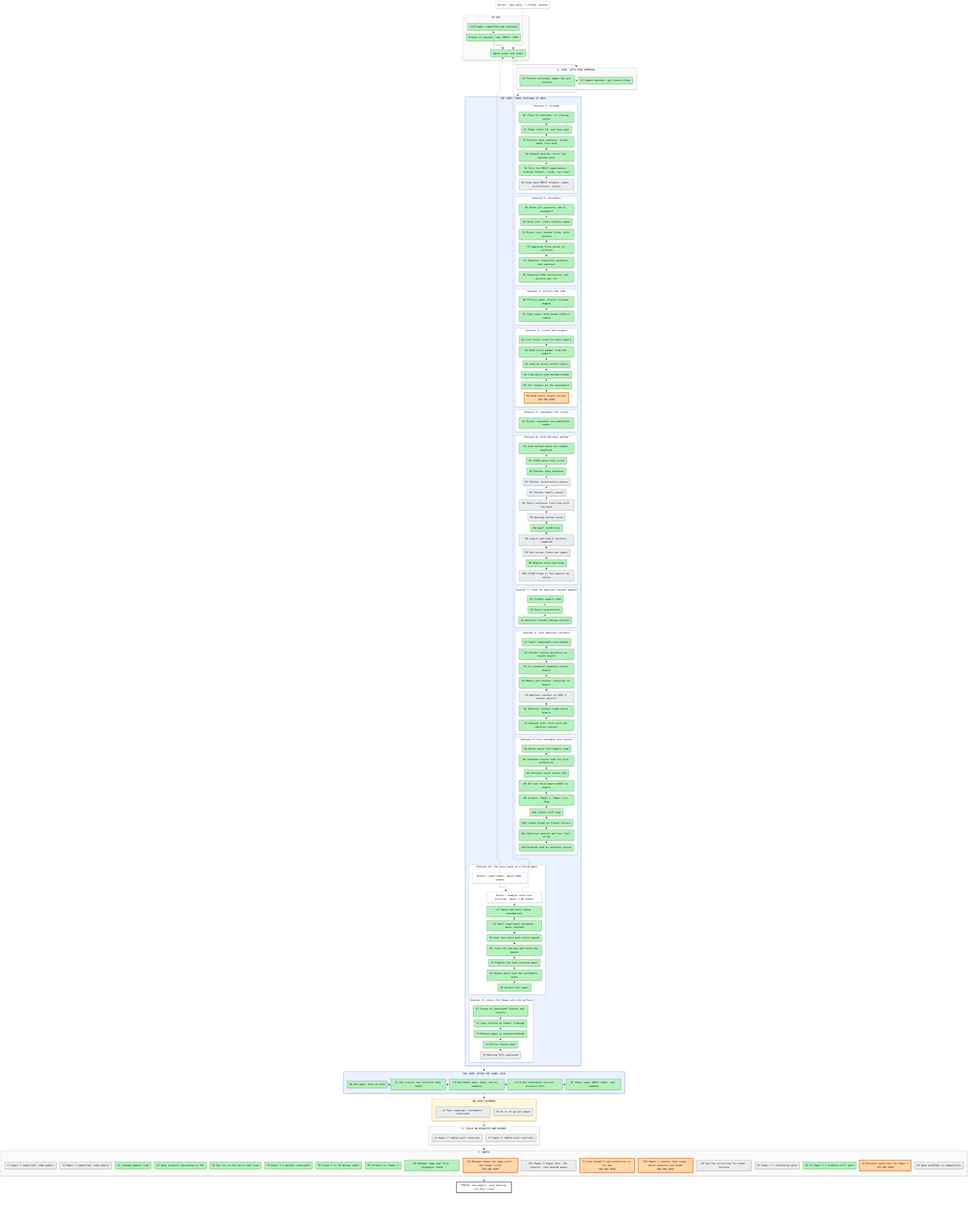
The Mermaid diagram artifacts/notes/progress/map.png in mo-rsa24/concept-composition, before a commit. Its source is kept beside it as artifacts/notes/progress/map.mmd.
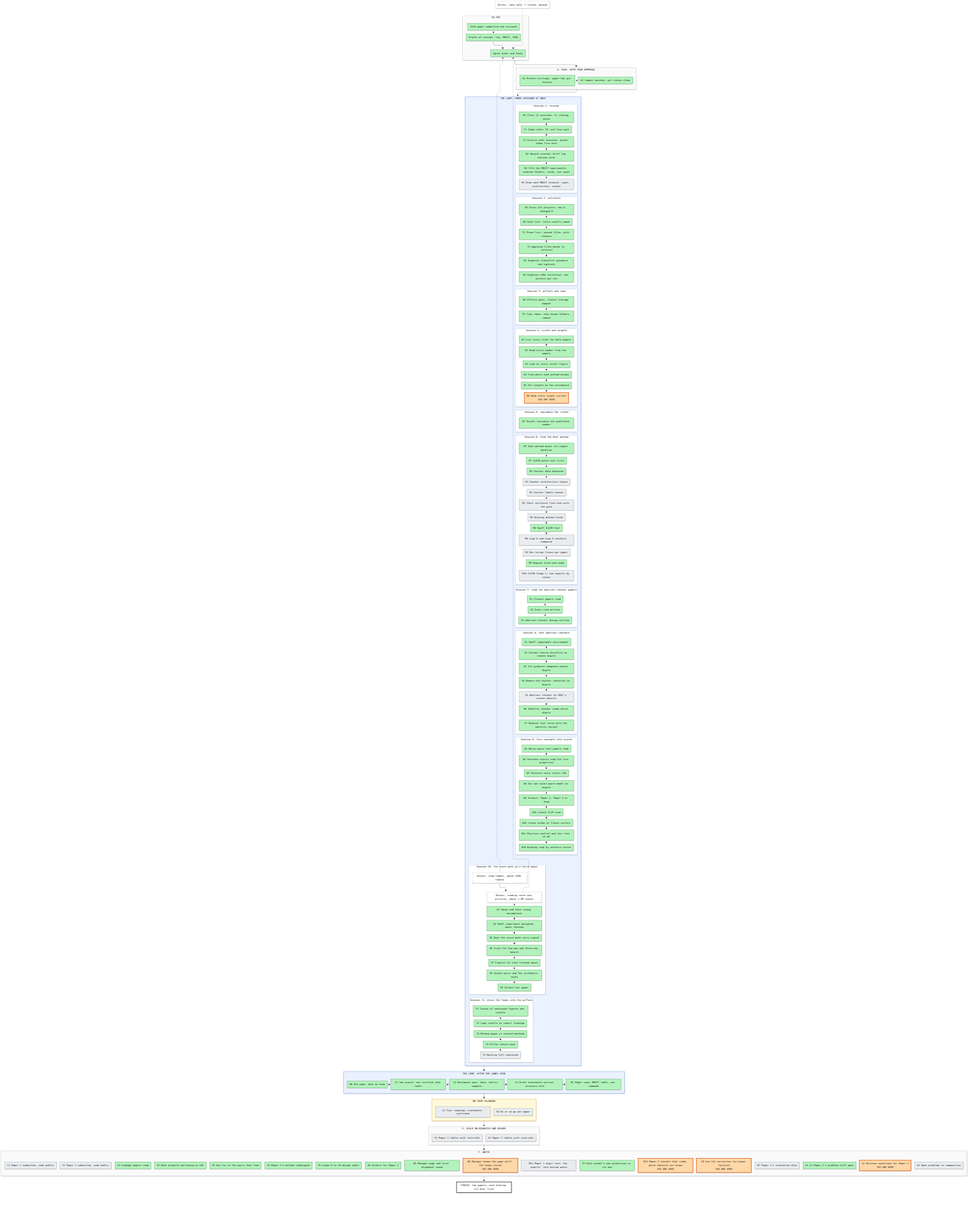
The same diagram one commit later.

Commit message:
Progress map re-rendered

What changed in the source:
```diff
@@ -74,7 +74,7 @@
   end
   subgraph SF["F. WRITE"]
     direction LR
-    F1["F1 Paper 1 submitted, code public"]:::todo ~~~ F2["F2 Paper 2 submitted, code public"]:::todo ~~~ Z1["Z1 Leakage papers read"]:::done ~~~ Z2["Z2 What predicts borrowing on CO3"]:::done ~~~ Z3["Z3 One fix on the pairs that leak"]:::done ~~~ Z4["Z4 Paper 2's method redesigned"]:::done ~~~ Z5["Z5 Loops 8 to 10 design audit"]:::done ~~~ Z6["Z6 Verdict for Paper 2"]:::done ~~~ N1["N1 Manager page and first alignment round"]:::done ~~~ N2["N2 Manager keeps the page until the loops finish<br/>YOU ARE HERE"]:::doing ~~~ M11["M11 Paper 1 digit test: the experts' vote beside paste"]:::todo ~~~ Z7["Z7 Each animal's own prediction in its box<br/>YOU ARE HERE"]:::doing ~~~ M12["M12 Paper 2 checker that reads which subjects are drawn<br/>YOU ARE HERE"]:::doing ~~~ Z8["Z8 Can the correction fix known failures"]:::todo ~~~ K7["K7 Paper 1's evaluation plan"]:::todo ~~~ G1["G1 Is Paper 2's problem still open"]:::done ~~~ G2["G2 Reviewer questions for Paper 1<br/>YOU ARE HERE"]:::doing ~~~ G3["G3 Open problems in composition"]:::todo
+    F1["F1 Paper 1 submitted, code public"]:::todo ~~~ F2["F2 Paper 2 submitted, code public"]:::todo ~~~ Z1["Z1 Leakage papers read"]:::done ~~~ Z2["Z2 What predicts borrowing on CO3"]:::done ~~~ Z3["Z3 One fix on the pairs that leak"]:::done ~~~ Z4["Z4 Paper 2's method redesigned"]:::done ~~~ Z5["Z5 Loops 8 to 10 design audit"]:::done ~~~ Z6["Z6 Verdict for Paper 2"]:::done ~~~ N1["N1 Manager page and first alignment round"]:::done ~~~ N2["N2 Manager keeps the page until the loops finish<br/>YOU ARE HERE"]:::doing ~~~ M11["M11 Paper 1 digit test: the experts' vote beside paste"]:::todo ~~~ Z7["Z7 Each animal's own prediction in its box"]:::done ~~~ M12["M12 Paper 2 checker that reads which subjects are drawn<br/>YOU ARE HERE"]:::doing ~~~ Z8["Z8 Can the correction fix known failures<br/>YOU ARE HERE"]:::doing ~~~ K7["K7 Paper 1's evaluation plan"]:::todo ~~~ G1["G1 Is Paper 2's problem still open"]:::done ~~~ G2["G2 Reviewer questions for Paper 1<br/>YOU ARE HERE"]:::doing ~~~ G3["G3 Open problems in composition"]:::todo
   end
   GOAL["FINISH: two papers, each beating its best rival"]:::goal
   X0["Detour: idea walk, 7 claims, paused"]:::detour -.-> P2
```
